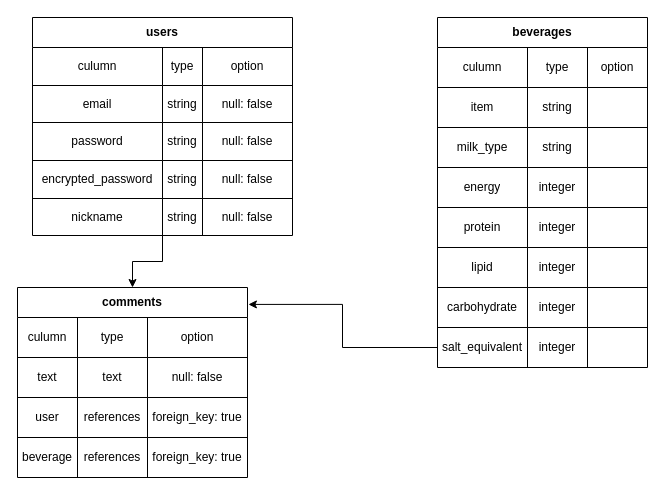
TAKAE1117/starbucks-calorie-app keeps this draw.io diagram as ER.dio. Above is the earlier version. Source tidied: cells renumbered, new cells numbered last; positions are measured from the earlier drawing's top-left corner, leaving out a move shared by most shapes. Both pictures are drawn from the tidied source at 100%, with x=0, y=0 at pixel (17, 17).
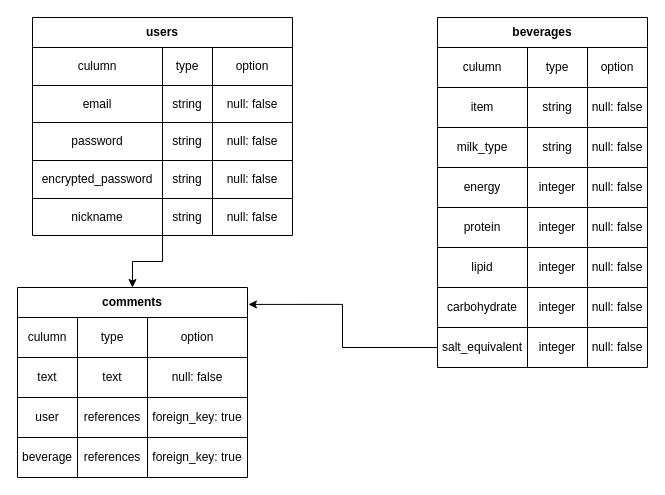
The same diagram, later.

The change refers to these unchanged cells:
```xml
<mxCell id="4" style="shape=partialRectangle;html=1;whiteSpace=wrap;fillColor=none;top=0;left=0;bottom=0;right=0;" parent="3" vertex="1">
  <mxGeometry y="30" width="260" height="38" as="geometry" />
</mxCell>
<mxCell id="8" style="shape=partialRectangle;html=1;whiteSpace=wrap;fillColor=none;top=0;left=0;bottom=0;right=0;" parent="3" vertex="1">
  <mxGeometry y="68" width="260" height="37" as="geometry" />
</mxCell>
<mxCell id="12" style="shape=partialRectangle;html=1;whiteSpace=wrap;fillColor=none;top=0;left=0;bottom=0;right=0;" parent="3" vertex="1">
  <mxGeometry y="105" width="260" height="38" as="geometry" />
</mxCell>
<mxCell id="16" style="shape=partialRectangle;html=1;whiteSpace=wrap;fillColor=none;top=0;left=0;bottom=0;right=0;" parent="3" vertex="1">
  <mxGeometry y="143" width="260" height="38" as="geometry" />
</mxCell>
<mxCell id="20" style="shape=partialRectangle;html=1;whiteSpace=wrap;fillColor=none;top=0;left=0;bottom=0;right=0;" parent="3" vertex="1">
  <mxGeometry y="181" width="260" height="37" as="geometry" />
</mxCell>
<mxCell id="29" style="shape=partialRectangle;html=1;whiteSpace=wrap;fillColor=none;top=0;left=0;bottom=0;right=0;" parent="24" vertex="1">
  <mxGeometry y="70" width="210" height="40" as="geometry" />
</mxCell>
<mxCell id="33" style="shape=partialRectangle;html=1;whiteSpace=wrap;fillColor=none;top=0;left=0;bottom=0;right=0;" parent="24" vertex="1">
  <mxGeometry y="110" width="210" height="40" as="geometry" />
</mxCell>
<mxCell id="37" style="shape=partialRectangle;html=1;whiteSpace=wrap;fillColor=none;top=0;left=0;bottom=0;right=0;" parent="24" vertex="1">
  <mxGeometry y="150" width="210" height="40" as="geometry" />
</mxCell>
<mxCell id="41" style="shape=partialRectangle;html=1;whiteSpace=wrap;fillColor=none;top=0;left=0;bottom=0;right=0;" parent="24" vertex="1">
  <mxGeometry y="190" width="210" height="40" as="geometry" />
</mxCell>
<mxCell id="45" style="shape=partialRectangle;html=1;whiteSpace=wrap;fillColor=none;top=0;left=0;bottom=0;right=0;" parent="24" vertex="1">
  <mxGeometry y="230" width="210" height="40" as="geometry" />
</mxCell>
<mxCell id="49" style="shape=partialRectangle;html=1;whiteSpace=wrap;fillColor=none;top=0;left=0;bottom=0;right=0;" parent="24" vertex="1">
  <mxGeometry y="270" width="210" height="40" as="geometry" />
</mxCell>
<mxCell id="53" style="shape=partialRectangle;html=1;whiteSpace=wrap;fillColor=none;top=0;left=0;bottom=0;right=0;points=[[0,0.5],[1,0.5]];portConstraint=eastwest;" parent="24" vertex="1">
  <mxGeometry y="310" width="210" height="40" as="geometry" />
</mxCell>
```

Change to the diagram source:
```diff
@@
     <mxCell id="6" value="type" style="shape=partialRectangle;html=1;whiteSpace=wrap;fillColor=none;top=0;left=0;bottom=0;right=0;overflow=hidden;" parent="4" vertex="1">
-      <mxGeometry x="130" width="40" height="38" as="geometry" />
+      <mxGeometry x="130" width="50" height="38" as="geometry" />
     </mxCell>
     <mxCell id="7" value="option" style="shape=partialRectangle;html=1;whiteSpace=wrap;fillColor=none;top=0;left=0;bottom=0;right=0;overflow=hidden;" parent="4" vertex="1">
-      <mxGeometry x="170" width="90" height="38" as="geometry" />
+      <mxGeometry x="180" width="80" height="38" as="geometry" />
     </mxCell>
@@
     <mxCell id="10" value="string" style="shape=partialRectangle;html=1;whiteSpace=wrap;fillColor=none;top=0;left=0;bottom=0;right=0;overflow=hidden;" parent="8" vertex="1">
-      <mxGeometry x="130" width="40" height="37" as="geometry" />
+      <mxGeometry x="130" width="50" height="37" as="geometry" />
     </mxCell>
     <mxCell id="11" value="null: false" style="shape=partialRectangle;html=1;whiteSpace=wrap;fillColor=none;top=0;left=0;bottom=0;right=0;overflow=hidden;" parent="8" vertex="1">
-      <mxGeometry x="170" width="90" height="37" as="geometry" />
+      <mxGeometry x="180" width="80" height="37" as="geometry" />
     </mxCell>
@@
     <mxCell id="14" value="string" style="shape=partialRectangle;html=1;whiteSpace=wrap;fillColor=none;top=0;left=0;bottom=0;right=0;overflow=hidden;" parent="12" vertex="1">
-      <mxGeometry x="130" width="40" height="38" as="geometry" />
+      <mxGeometry x="130" width="50" height="38" as="geometry" />
     </mxCell>
     <mxCell id="15" value="null: false" style="shape=partialRectangle;html=1;whiteSpace=wrap;fillColor=none;top=0;left=0;bottom=0;right=0;overflow=hidden;" parent="12" vertex="1">
-      <mxGeometry x="170" width="90" height="38" as="geometry" />
+      <mxGeometry x="180" width="80" height="38" as="geometry" />
     </mxCell>
@@
     <mxCell id="18" value="string" style="shape=partialRectangle;html=1;whiteSpace=wrap;fillColor=none;top=0;left=0;bottom=0;right=0;overflow=hidden;" parent="16" vertex="1">
-      <mxGeometry x="130" width="40" height="38" as="geometry" />
+      <mxGeometry x="130" width="50" height="38" as="geometry" />
     </mxCell>
     <mxCell id="19" value="null: false" style="shape=partialRectangle;html=1;whiteSpace=wrap;fillColor=none;top=0;left=0;bottom=0;right=0;overflow=hidden;" parent="16" vertex="1">
-      <mxGeometry x="170" width="90" height="38" as="geometry" />
+      <mxGeometry x="180" width="80" height="38" as="geometry" />
     </mxCell>
@@
     <mxCell id="22" value="string" style="shape=partialRectangle;html=1;whiteSpace=wrap;fillColor=none;top=0;left=0;bottom=0;right=0;overflow=hidden;" parent="20" vertex="1">
-      <mxGeometry x="130" width="40" height="37" as="geometry" />
+      <mxGeometry x="130" width="50" height="37" as="geometry" />
     </mxCell>
     <mxCell id="23" value="null: false" style="shape=partialRectangle;html=1;whiteSpace=wrap;fillColor=none;top=0;left=0;bottom=0;right=0;overflow=hidden;" parent="20" vertex="1">
-      <mxGeometry x="170" width="90" height="37" as="geometry" />
+      <mxGeometry x="180" width="80" height="37" as="geometry" />
     </mxCell>
@@
-    <mxCell id="32" style="shape=partialRectangle;html=1;whiteSpace=wrap;fillColor=none;top=0;left=0;bottom=0;right=0;overflow=hidden;" parent="29" vertex="1">
+    <mxCell id="32" value="null: false" style="shape=partialRectangle;html=1;whiteSpace=wrap;fillColor=none;top=0;left=0;bottom=0;right=0;overflow=hidden;" parent="29" vertex="1">
       <mxGeometry x="150" width="60" height="40" as="geometry" />
     </mxCell>
@@
-    <mxCell id="36" style="shape=partialRectangle;html=1;whiteSpace=wrap;fillColor=none;top=0;left=0;bottom=0;right=0;overflow=hidden;" parent="33" vertex="1">
+    <mxCell id="36" value="&lt;span&gt;null: false&lt;/span&gt;" style="shape=partialRectangle;html=1;whiteSpace=wrap;fillColor=none;top=0;left=0;bottom=0;right=0;overflow=hidden;" parent="33" vertex="1">
       <mxGeometry x="150" width="60" height="40" as="geometry" />
     </mxCell>
@@
-    <mxCell id="40" style="shape=partialRectangle;html=1;whiteSpace=wrap;fillColor=none;top=0;left=0;bottom=0;right=0;overflow=hidden;" parent="37" vertex="1">
+    <mxCell id="40" value="&lt;span&gt;null: false&lt;/span&gt;" style="shape=partialRectangle;html=1;whiteSpace=wrap;fillColor=none;top=0;left=0;bottom=0;right=0;overflow=hidden;" parent="37" vertex="1">
       <mxGeometry x="150" width="60" height="40" as="geometry" />
     </mxCell>
@@
-    <mxCell id="44" style="shape=partialRectangle;html=1;whiteSpace=wrap;fillColor=none;top=0;left=0;bottom=0;right=0;overflow=hidden;" parent="41" vertex="1">
+    <mxCell id="44" value="&lt;span&gt;null: false&lt;/span&gt;" style="shape=partialRectangle;html=1;whiteSpace=wrap;fillColor=none;top=0;left=0;bottom=0;right=0;overflow=hidden;" parent="41" vertex="1">
       <mxGeometry x="150" width="60" height="40" as="geometry" />
     </mxCell>
@@
-    <mxCell id="48" style="shape=partialRectangle;html=1;whiteSpace=wrap;fillColor=none;top=0;left=0;bottom=0;right=0;overflow=hidden;" parent="45" vertex="1">
+    <mxCell id="48" value="&lt;span&gt;null: false&lt;/span&gt;" style="shape=partialRectangle;html=1;whiteSpace=wrap;fillColor=none;top=0;left=0;bottom=0;right=0;overflow=hidden;" parent="45" vertex="1">
       <mxGeometry x="150" width="60" height="40" as="geometry" />
     </mxCell>
@@
-    <mxCell id="52" style="shape=partialRectangle;html=1;whiteSpace=wrap;fillColor=none;top=0;left=0;bottom=0;right=0;overflow=hidden;" parent="49" vertex="1">
+    <mxCell id="52" value="&lt;span&gt;null: false&lt;/span&gt;" style="shape=partialRectangle;html=1;whiteSpace=wrap;fillColor=none;top=0;left=0;bottom=0;right=0;overflow=hidden;" parent="49" vertex="1">
       <mxGeometry x="150" width="60" height="40" as="geometry" />
     </mxCell>
@@
-    <mxCell id="56" style="shape=partialRectangle;html=1;whiteSpace=wrap;fillColor=none;top=0;left=0;bottom=0;right=0;overflow=hidden;" parent="53" vertex="1">
+    <mxCell id="56" value="&lt;span&gt;null: false&lt;/span&gt;" style="shape=partialRectangle;html=1;whiteSpace=wrap;fillColor=none;top=0;left=0;bottom=0;right=0;overflow=hidden;" parent="53" vertex="1">
       <mxGeometry x="150" width="60" height="40" as="geometry" />
     </mxCell>
```
